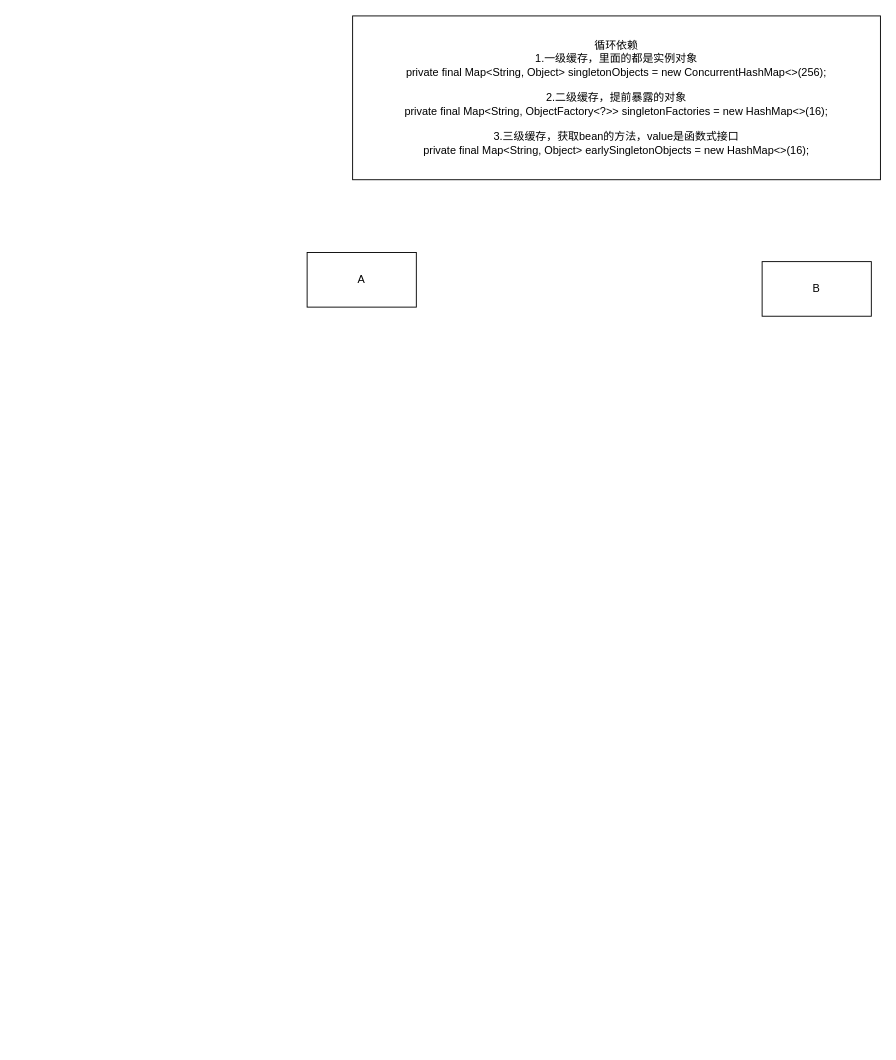
gxb55/spring_solve keeps this draw.io diagram as spring整体流程.drawio. Above is the earlier version. Source tidied: cells renumbered, new cells numbered last; positions are measured from the earlier drawing's top-left corner, leaving out a move shared by most shapes. Both pictures are drawn from the tidied source at 91%, with x=0, y=0 at pixel (307, 15).
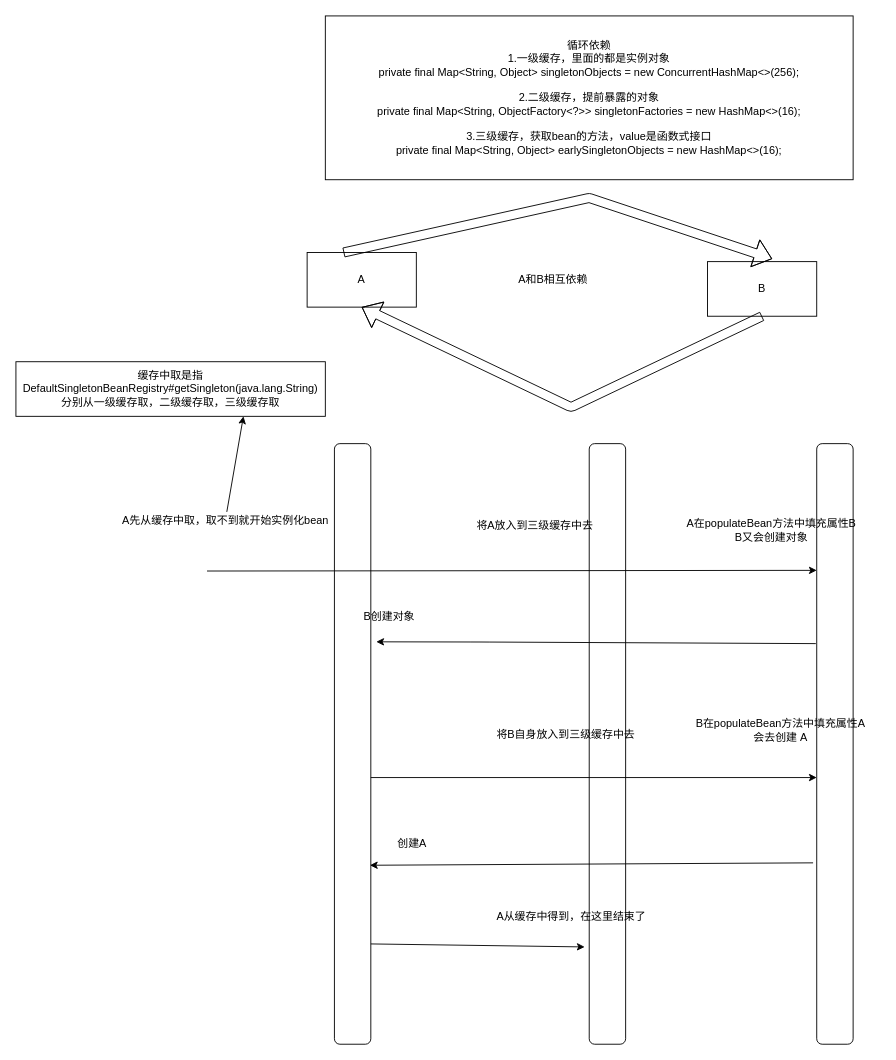
The same diagram, later.

Unchanged cells that the change refers to:
```xml
<mxCell id="3" value="A" style="rounded=0;whiteSpace=wrap;html=1;" parent="1" vertex="1">
  <mxGeometry y="260" width="120" height="60" as="geometry" />
</mxCell>
```

The edit, as a diff of the source:
```diff
@@
     <mxCell id="2" value="循环依赖&lt;br&gt;1.一级缓存，里面的都是实例对象&lt;br&gt;&lt;div&gt;private final Map&amp;lt;String, Object&amp;gt; singletonObjects = new ConcurrentHashMap&amp;lt;&amp;gt;(256);&lt;/div&gt;&lt;div&gt;&lt;br&gt;&lt;/div&gt;&lt;div&gt;2.二级缓存，提前暴露的对象&lt;/div&gt;&lt;div&gt;&lt;span&gt; &lt;/span&gt;private final Map&amp;lt;String, ObjectFactory&amp;lt;?&amp;gt;&amp;gt; singletonFactories = new HashMap&amp;lt;&amp;gt;(16);&lt;/div&gt;&lt;div&gt;&lt;br&gt;&lt;/div&gt;&lt;div&gt;3.三级缓存，获取bean的方法，value是函数式接口&lt;/div&gt;&lt;div&gt;&lt;span&gt; &lt;/span&gt;private final Map&amp;lt;String, Object&amp;gt; earlySingletonObjects = new HashMap&amp;lt;&amp;gt;(16);&lt;/div&gt;" style="rounded=0;whiteSpace=wrap;html=1;" parent="1" vertex="1">
-      <mxGeometry x="50" width="580" height="180" as="geometry" />
+      <mxGeometry x="20" width="580" height="180" as="geometry" />
     </mxCell>
@@
     <mxCell id="4" value="B" style="rounded=0;whiteSpace=wrap;html=1;" parent="1" vertex="1">
-      <mxGeometry x="500" y="270" width="120" height="60" as="geometry" />
+      <mxGeometry x="440" y="270" width="120" height="60" as="geometry" />
     </mxCell>
+    <mxCell id="5" style="shape=flexArrow;endArrow=classic;html=1;exitX=0.333;exitY=0;exitDx=0;exitDy=0;exitPerimeter=0;entryX=0.592;entryY=-0.05;entryDx=0;entryDy=0;entryPerimeter=0;" parent="1" edge="1" source="3" target="4">
+      <mxGeometry relative="1" as="geometry">
+        <Array as="points">
+          <mxPoint x="310" y="200" />
+        </Array>
+      </mxGeometry>
+    </mxCell>
+    <mxCell id="6" style="shape=flexArrow;endArrow=classic;html=1;entryX=0.5;entryY=1;entryDx=0;entryDy=0;exitX=0.5;exitY=1;exitDx=0;exitDy=0;" parent="1" edge="1" source="4" target="3">
+      <mxGeometry relative="1" as="geometry">
+        <Array as="points">
+          <mxPoint x="290" y="430" />
+        </Array>
+      </mxGeometry>
+    </mxCell>
+    <mxCell id="7" value="A和B相互依赖" style="text;html=1;align=center;verticalAlign=middle;" parent="1" vertex="1">
+      <mxGeometry x="225" y="280" width="90" height="20" as="geometry" />
+    </mxCell>
+    <mxCell id="8" style="rounded=1;whiteSpace=wrap;html=1;" parent="1" vertex="1">
+      <mxGeometry x="30" y="470" width="40" height="660" as="geometry" />
+    </mxCell>
+    <mxCell id="9" style="rounded=1;whiteSpace=wrap;html=1;" parent="1" vertex="1">
+      <mxGeometry x="310" y="470" width="40" height="660" as="geometry" />
+    </mxCell>
+    <mxCell id="10" style="rounded=1;whiteSpace=wrap;html=1;" parent="1" vertex="1">
+      <mxGeometry x="560" y="470" width="40" height="660" as="geometry" />
+    </mxCell>
+    <mxCell id="11" style="endArrow=classic;html=1;entryX=0;entryY=0.211;entryDx=0;entryDy=0;entryPerimeter=0;" parent="1" edge="1" target="10">
+      <mxGeometry relative="1" as="geometry">
+        <mxPoint x="-110" y="610" as="sourcePoint" />
+      </mxGeometry>
+    </mxCell>
+    <mxCell id="12" value="A先从缓存中取，取不到就开始实例化bean" style="text;html=1;align=center;verticalAlign=middle;points=[];" parent="1" vertex="1">
+      <mxGeometry x="-210" y="545" width="240" height="20" as="geometry" />
+    </mxCell>
+    <mxCell id="13" style="endArrow=classic;html=1;" parent="1" edge="1" source="12">
+      <mxGeometry relative="1" as="geometry">
+        <mxPoint x="-70" y="440" as="targetPoint" />
+      </mxGeometry>
+    </mxCell>
+    <mxCell id="14" value="缓存中取是指DefaultSingletonBeanRegistry#getSingleton(java.lang.String)&lt;br&gt;分别从一级缓存取，二级缓存取，三级缓存取" style="whiteSpace=wrap;html=1;" parent="1" vertex="1">
+      <mxGeometry x="-320" y="380" width="340" height="60" as="geometry" />
+    </mxCell>
+    <mxCell id="15" value="A在populateBean方法中填充属性B&lt;br&gt;B又会创建对象" style="text;html=1;align=center;verticalAlign=middle;" parent="1" vertex="1">
+      <mxGeometry x="410" y="550" width="200" height="30" as="geometry" />
+    </mxCell>
+    <mxCell id="16" value="将A放入到三级缓存中去" style="text;html=1;align=center;verticalAlign=middle;" parent="1" vertex="1">
+      <mxGeometry x="180" y="550" width="140" height="20" as="geometry" />
+    </mxCell>
+    <mxCell id="17" style="endArrow=classic;html=1;entryX=1.15;entryY=0.33;entryDx=0;entryDy=0;entryPerimeter=0;exitX=-0.025;exitY=0.333;exitDx=0;exitDy=0;exitPerimeter=0;" parent="1" edge="1" source="10" target="8">
+      <mxGeometry relative="1" as="geometry">
+        <Array as="points">
+          <mxPoint x="190" y="688" />
+        </Array>
+      </mxGeometry>
+    </mxCell>
+    <mxCell id="18" value="B创建对象" style="text;html=1;align=center;verticalAlign=middle;" parent="1" vertex="1">
+      <mxGeometry x="55" y="650" width="70" height="20" as="geometry" />
+    </mxCell>
+    <mxCell id="19" style="endArrow=classic;html=1;exitX=1;exitY=0.556;exitDx=0;exitDy=0;exitPerimeter=0;entryX=0;entryY=0.556;entryDx=0;entryDy=0;entryPerimeter=0;" parent="1" edge="1" source="8" target="10">
+      <mxGeometry relative="1" as="geometry" />
+    </mxCell>
+    <mxCell id="20" value="将B自身放入到三级缓存中去" style="text;html=1;align=center;verticalAlign=middle;" parent="1" vertex="1">
+      <mxGeometry x="199" y="780" width="170" height="20" as="geometry" />
+    </mxCell>
+    <mxCell id="21" value="B在populateBean方法中填充属性A&lt;br&gt;会去创建 A" style="text;html=1;align=center;verticalAlign=middle;" parent="1" vertex="1">
+      <mxGeometry x="420" y="770" width="200" height="30" as="geometry" />
+    </mxCell>
+    <mxCell id="22" style="endArrow=classic;html=1;entryX=0.975;entryY=0.702;entryDx=0;entryDy=0;entryPerimeter=0;exitX=-0.1;exitY=0.698;exitDx=0;exitDy=0;exitPerimeter=0;" parent="1" edge="1" source="10" target="8">
+      <mxGeometry relative="1" as="geometry" />
+    </mxCell>
+    <mxCell id="23" value="创建A" style="text;html=1;align=center;verticalAlign=middle;" parent="1" vertex="1">
+      <mxGeometry x="90" y="900" width="50" height="20" as="geometry" />
+    </mxCell>
+    <mxCell id="24" style="endArrow=classic;html=1;exitX=1;exitY=0.833;exitDx=0;exitDy=0;exitPerimeter=0;entryX=-0.125;entryY=0.838;entryDx=0;entryDy=0;entryPerimeter=0;" parent="1" edge="1" source="8" target="9">
+      <mxGeometry relative="1" as="geometry" />
+    </mxCell>
+    <mxCell id="25" value="A从缓存中得到，在这里结束了" style="text;html=1;align=center;verticalAlign=middle;" parent="1" vertex="1">
+      <mxGeometry x="200" y="980" width="180" height="20" as="geometry" />
+    </mxCell>
```
